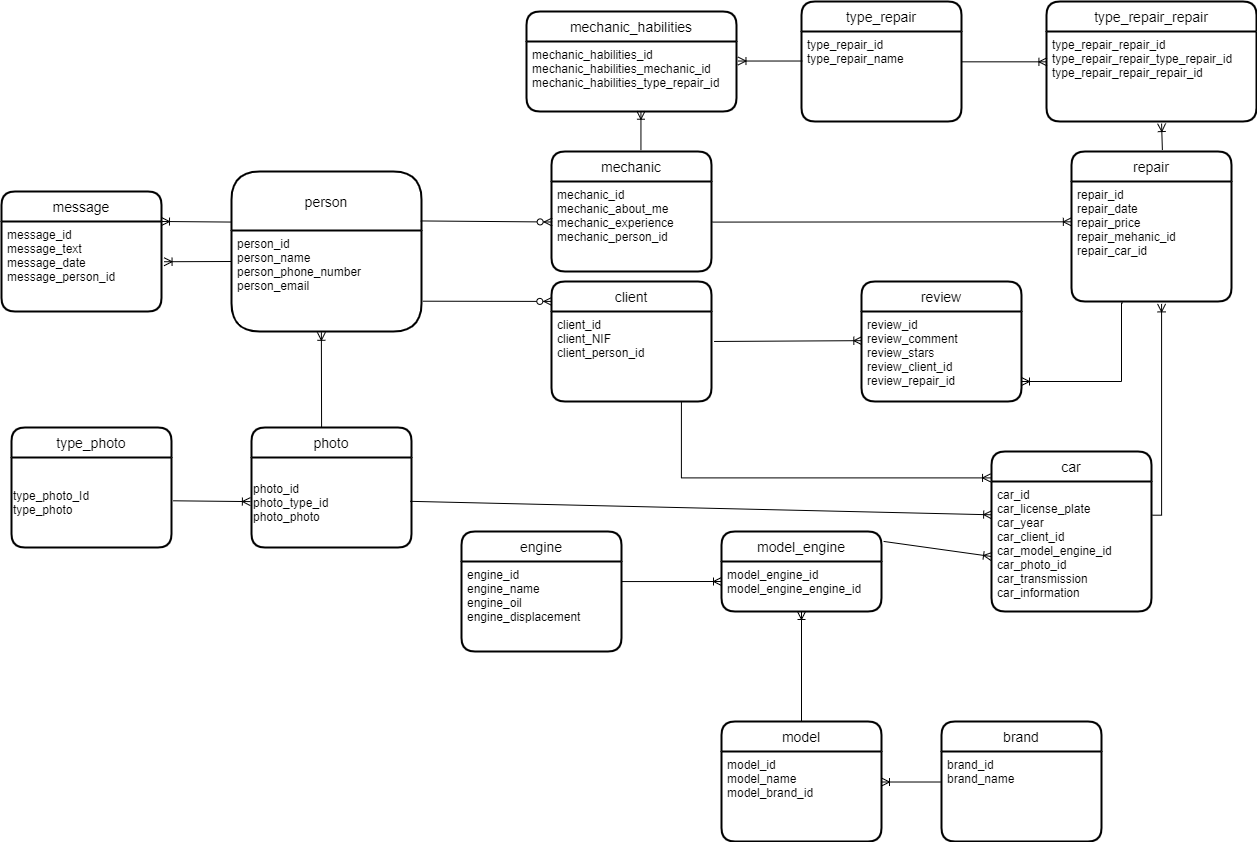
This is diagramaEntidades.drawio.png from jonhot1/Projeto-de-Desenvolvimento-M-vel-, a draw.io export, as it was before one commit. Source tidied: cells renumbered, new cells last; positions are measured from the earlier drawing's top-left corner, leaving out a move shared by most shapes.
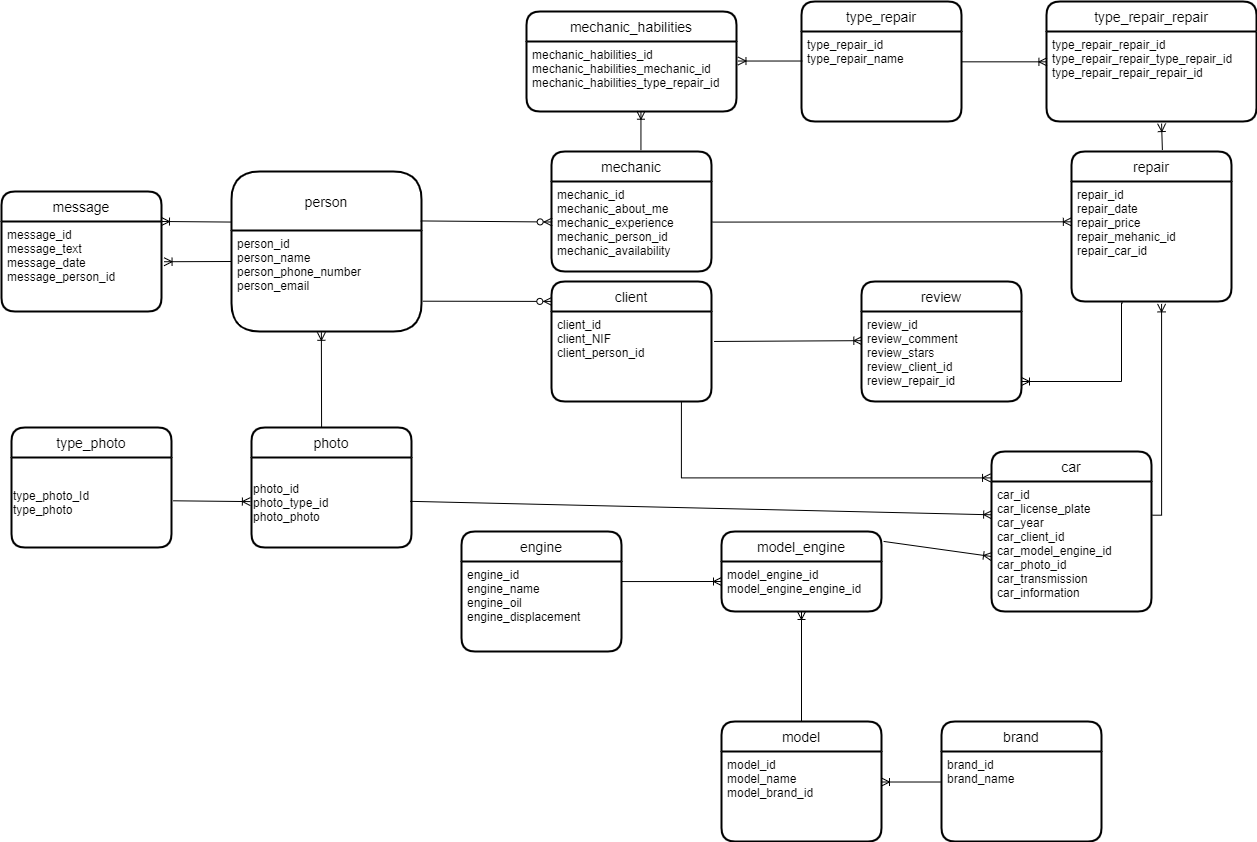
The same diagram one commit later.

Change to the diagram source:
```diff
@@ -17,7 +17,7 @@
     <mxCell id="6" value="mechanic" style="swimlane;horizontal=1;startSize=30;rounded=1;fontSize=14;fontStyle=0;strokeWidth=2;shadow=0;dashed=0;align=center;" parent="1" vertex="1">
       <mxGeometry x="550" y="150" width="160" height="120" as="geometry" />
     </mxCell>
-    <mxCell id="7" value="mechanic_id&#10;mechanic_about_me&#10;mechanic_experience&#10;mechanic_person_id" style="align=left;strokeColor=none;fillColor=none;spacingLeft=4;fontSize=12;verticalAlign=top;" parent="6" vertex="1">
+    <mxCell id="7" value="mechanic_id&#10;mechanic_about_me&#10;mechanic_experience&#10;mechanic_person_id&#10;mechanic_availability" style="align=left;strokeColor=none;fillColor=none;spacingLeft=4;fontSize=12;verticalAlign=top;" parent="6" vertex="1">
       <mxGeometry y="30" width="160" height="90" as="geometry" />
     </mxCell>
     <mxCell id="8" value="car" style="swimlane;horizontal=1;startSize=30;rounded=1;fontSize=14;fontStyle=0;strokeWidth=2;shadow=0;dashed=0;align=center;" parent="1" vertex="1">
```
